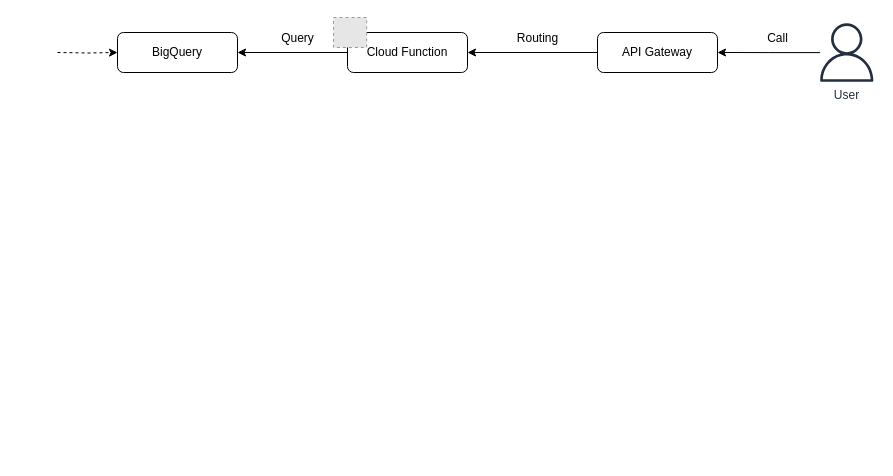
wunyu/drawio keeps this draw.io diagram as API-SRR.drawio. Above is the earlier version. Source tidied: cells renumbered, new cells numbered last; positions are measured from the earlier drawing's top-left corner, leaving out a move shared by most shapes. Both pictures are drawn from the tidied source at 100%, with x=0, y=0 at pixel (57, 17). Pictures stored in the file or linked from it are replaced by grey dashed boxes.
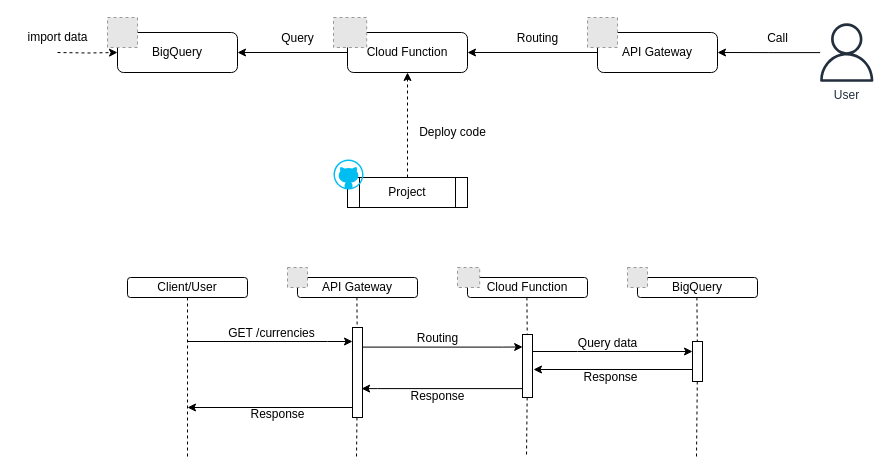
The same page after the edit.

Unchanged cells that the change refers to:
```xml
<mxCell id="2" value="Cloud Function" style="rounded=1;whiteSpace=wrap;html=1;" parent="1" vertex="1">
  <mxGeometry x="290" y="15" width="120" height="40" as="geometry" />
</mxCell>
```

What changed in the source:
```diff
@@
+    <mxCell id="14" value="import data" style="text;html=1;align=center;verticalAlign=middle;strokeColor=none;fillColor=none;" parent="1" vertex="1">
+      <mxGeometry x="-40" y="5" width="80" height="30" as="geometry" />
+    </mxCell>
+    <mxCell id="15" value="API Gateway" style="rounded=1;whiteSpace=wrap;html=1;" parent="1" vertex="1">
+      <mxGeometry x="240" y="260" width="120" height="20" as="geometry" />
+    </mxCell>
+    <mxCell id="16" value="Cloud Function" style="rounded=1;whiteSpace=wrap;html=1;" parent="1" vertex="1">
+      <mxGeometry x="410" y="260" width="120" height="20" as="geometry" />
+    </mxCell>
+    <mxCell id="17" value="BigQuery" style="rounded=1;whiteSpace=wrap;html=1;" parent="1" vertex="1">
+      <mxGeometry x="580" y="260" width="120" height="20" as="geometry" />
+    </mxCell>
+    <mxCell id="18" style="endArrow=none;html=1;rounded=0;dashed=1;" parent="1" edge="1" source="25">
+      <mxGeometry relative="1" as="geometry">
+        <mxPoint x="299" y="440" as="targetPoint" />
+      </mxGeometry>
+    </mxCell>
+    <mxCell id="19" style="endArrow=none;html=1;rounded=0;dashed=1;" parent="1" edge="1" source="30">
+      <mxGeometry relative="1" as="geometry">
+        <mxPoint x="469" y="440" as="targetPoint" />
+      </mxGeometry>
+    </mxCell>
+    <mxCell id="20" style="endArrow=none;html=1;rounded=0;dashed=1;" parent="1" edge="1" source="34">
+      <mxGeometry relative="1" as="geometry">
+        <mxPoint x="639" y="440" as="targetPoint" />
+      </mxGeometry>
+    </mxCell>
+    <mxCell id="21" value="Client/User" style="rounded=1;whiteSpace=wrap;html=1;" parent="1" vertex="1">
+      <mxGeometry x="70" y="260" width="120" height="20" as="geometry" />
+    </mxCell>
+    <mxCell id="22" style="endArrow=none;html=1;rounded=0;dashed=1;" parent="1" edge="1">
+      <mxGeometry relative="1" as="geometry">
+        <mxPoint x="130" y="280" as="sourcePoint" />
+        <mxPoint x="130" y="440" as="targetPoint" />
+      </mxGeometry>
+    </mxCell>
+    <mxCell id="23" style="endArrow=none;html=1;rounded=0;dashed=1;" parent="1" edge="1" target="25">
+      <mxGeometry relative="1" as="geometry">
+        <mxPoint x="299.4" y="280" as="sourcePoint" />
+      </mxGeometry>
+    </mxCell>
+    <mxCell id="24" style="edgeStyle=orthogonalEdgeStyle;rounded=0;jettySize=auto;html=1;" parent="1" edge="1" source="25">
+      <mxGeometry relative="1" as="geometry">
+        <mxPoint x="130" y="390" as="targetPoint" />
+        <Array as="points">
+          <mxPoint x="130" y="390" />
+        </Array>
+      </mxGeometry>
+    </mxCell>
+    <mxCell id="25" style="rounded=0;whiteSpace=wrap;html=1;" parent="1" vertex="1">
+      <mxGeometry x="295" y="310" width="10" height="90" as="geometry" />
+    </mxCell>
+    <mxCell id="26" style="endArrow=classic;html=1;rounded=0;entryX=0;entryY=0.5;entryDx=0;entryDy=0;" parent="1" edge="1">
+      <mxGeometry relative="1" as="geometry">
+        <mxPoint x="130" y="324" as="sourcePoint" />
+        <mxPoint x="295" y="324" as="targetPoint" />
+        <Array as="points">
+          <mxPoint x="270" y="324" />
+        </Array>
+      </mxGeometry>
+    </mxCell>
+    <mxCell id="27" style="endArrow=none;html=1;rounded=0;dashed=1;" parent="1" edge="1" target="30">
+      <mxGeometry relative="1" as="geometry">
+        <mxPoint x="469.4" y="280" as="sourcePoint" />
+      </mxGeometry>
+    </mxCell>
+    <mxCell id="28" style="edgeStyle=orthogonalEdgeStyle;rounded=0;jettySize=auto;html=1;entryX=0.91;entryY=0.679;entryDx=0;entryDy=0;entryPerimeter=0;" parent="1" edge="1" source="30" target="25">
+      <mxGeometry relative="1" as="geometry">
+        <Array as="points">
+          <mxPoint x="320" y="371" />
+        </Array>
+      </mxGeometry>
+    </mxCell>
+    <mxCell id="29" style="edgeStyle=orthogonalEdgeStyle;rounded=0;jettySize=auto;html=1;entryX=0;entryY=0.25;entryDx=0;entryDy=0;" parent="1" edge="1" source="30" target="34">
+      <mxGeometry relative="1" as="geometry">
+        <Array as="points">
+          <mxPoint x="520" y="334" />
+          <mxPoint x="520" y="334" />
+        </Array>
+      </mxGeometry>
+    </mxCell>
+    <mxCell id="30" style="rounded=0;whiteSpace=wrap;html=1;" parent="1" vertex="1">
+      <mxGeometry x="465" y="317" width="10" height="63" as="geometry" />
+    </mxCell>
+    <mxCell id="31" style="endArrow=none;html=1;rounded=0;dashed=1;" parent="1" edge="1" target="34">
+      <mxGeometry relative="1" as="geometry">
+        <mxPoint x="639.4" y="280" as="sourcePoint" />
+      </mxGeometry>
+    </mxCell>
+    <mxCell id="32" style="endArrow=classic;html=1;rounded=0;entryX=0.015;entryY=0.198;entryDx=0;entryDy=0;entryPerimeter=0;" parent="1" edge="1" target="30">
+      <mxGeometry relative="1" as="geometry">
+        <mxPoint x="305" y="329.6" as="sourcePoint" />
+        <Array as="points">
+          <mxPoint x="445" y="329.6" />
+        </Array>
+      </mxGeometry>
+    </mxCell>
+    <mxCell id="33" style="edgeStyle=orthogonalEdgeStyle;rounded=0;jettySize=auto;html=1;exitX=0;exitY=0.75;exitDx=0;exitDy=0;" parent="1" edge="1" source="34">
+      <mxGeometry relative="1" as="geometry">
+        <mxPoint x="476" y="352" as="targetPoint" />
+        <Array as="points">
+          <mxPoint x="635" y="352" />
+          <mxPoint x="476" y="352" />
+        </Array>
+      </mxGeometry>
+    </mxCell>
+    <mxCell id="34" style="rounded=0;whiteSpace=wrap;html=1;" parent="1" vertex="1">
+      <mxGeometry x="635" y="324" width="10" height="40" as="geometry" />
+    </mxCell>
+    <mxCell id="35" value="GET /currencies" style="text;html=1;align=center;verticalAlign=middle;strokeColor=none;fillColor=none;" parent="1" vertex="1">
+      <mxGeometry x="159" y="301" width="110" height="30" as="geometry" />
+    </mxCell>
+    <mxCell id="36" value="Routing" style="text;html=1;align=center;verticalAlign=middle;strokeColor=none;fillColor=none;" parent="1" vertex="1">
+      <mxGeometry x="350" y="306" width="60" height="30" as="geometry" />
+    </mxCell>
+    <mxCell id="37" value="Query data" style="text;html=1;align=center;verticalAlign=middle;strokeColor=none;fillColor=none;" parent="1" vertex="1">
+      <mxGeometry x="510" y="311" width="80" height="30" as="geometry" />
+    </mxCell>
+    <mxCell id="38" value="Response" style="text;html=1;align=center;verticalAlign=middle;strokeColor=none;fillColor=none;" parent="1" vertex="1">
+      <mxGeometry x="513" y="345" width="80" height="30" as="geometry" />
+    </mxCell>
+    <mxCell id="39" value="Response" style="text;html=1;align=center;verticalAlign=middle;strokeColor=none;fillColor=none;" parent="1" vertex="1">
+      <mxGeometry x="340" y="364" width="80" height="30" as="geometry" />
+    </mxCell>
+    <mxCell id="40" value="Response" style="text;html=1;align=center;verticalAlign=middle;strokeColor=none;fillColor=none;" parent="1" vertex="1">
+      <mxGeometry x="180" y="382" width="80" height="30" as="geometry" />
+    </mxCell>
+    <mxCell id="41" style="fillColor=#E6E6E6;strokeColor=#999999;dashed=1;verticalLabelPosition=bottom;labelBackgroundColor=default;verticalAlign=top;" parent="1" vertex="1">
+      <mxGeometry x="400" y="250" width="22.2" height="20" as="geometry" />
+    </mxCell>
+    <mxCell id="42" style="fillColor=#E6E6E6;strokeColor=#999999;dashed=1;html=1;verticalAlign=top;labelPosition=center;verticalLabelPosition=bottom;align=center;spacingTop=-6;fontSize=11;fontStyle=0;fontColor=#000000;labelBackgroundColor=none;" parent="1" vertex="1">
+      <mxGeometry x="570" y="250" width="20" height="20" as="geometry" />
+    </mxCell>
+    <mxCell id="43" style="fillColor=#E6E6E6;strokeColor=#999999;dashed=1;verticalLabelPosition=bottom;labelBackgroundColor=default;verticalAlign=top;" parent="1" vertex="1">
+      <mxGeometry x="230" y="250" width="20" height="20" as="geometry" />
+    </mxCell>
+    <mxCell id="44" style="edgeStyle=orthogonalEdgeStyle;rounded=0;jettySize=auto;html=1;dashed=1;entryX=0.5;entryY=1;entryDx=0;entryDy=0;" parent="1" edge="1" source="45" target="2">
+      <mxGeometry relative="1" as="geometry">
+        <Array as="points">
+          <mxPoint x="350" y="170" />
+        </Array>
+      </mxGeometry>
+    </mxCell>
+    <mxCell id="45" value="Project" style="shape=process;whiteSpace=wrap;html=1;backgroundOutline=1;" parent="1" vertex="1">
+      <mxGeometry x="290" y="160" width="120" height="30" as="geometry" />
+    </mxCell>
+    <mxCell id="46" style="verticalLabelPosition=bottom;html=1;verticalAlign=top;align=center;strokeColor=none;fillColor=#00BEF2;shape=mxgraph.azure.github_code;" parent="1" vertex="1">
+      <mxGeometry x="276" y="142" width="30" height="30" as="geometry" />
+    </mxCell>
+    <mxCell id="47" value="Deploy code" style="text;html=1;align=center;verticalAlign=middle;strokeColor=none;fillColor=none;" parent="1" vertex="1">
+      <mxGeometry x="350" y="100" width="90" height="30" as="geometry" />
+    </mxCell>
+    <mxCell id="48" style="fillColor=#E6E6E6;strokeColor=#999999;dashed=1;verticalLabelPosition=bottom;labelBackgroundColor=default;verticalAlign=top;" parent="1" vertex="1">
+      <mxGeometry x="530" width="30" height="30" as="geometry" />
+    </mxCell>
+    <mxCell id="49" style="fillColor=#E6E6E6;strokeColor=#999999;dashed=1;html=1;verticalAlign=top;labelPosition=center;verticalLabelPosition=bottom;align=center;spacingTop=-6;fontSize=11;fontStyle=0;fontColor=#000000;labelBackgroundColor=none;" parent="1" vertex="1">
+      <mxGeometry x="50" width="30" height="30" as="geometry" />
+    </mxCell>
```
